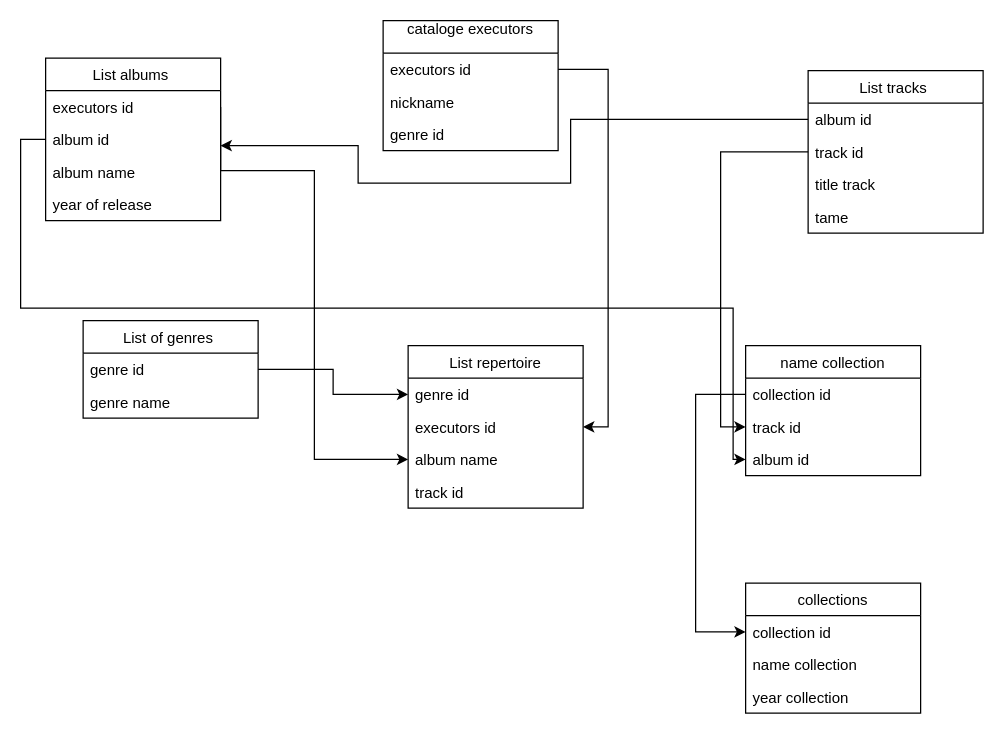
The draw.io diagram схема ДЗ №3.drawio in sav1979/Designing-BD-zvyazi-ZNF, before the edit. Source tidied: cells renumbered, new cells numbered last; positions are measured from the earlier drawing's top-left corner, leaving out a move shared by most shapes. Both pictures are drawn from the tidied source at 125%, with x=0, y=0 at pixel (20, 20).
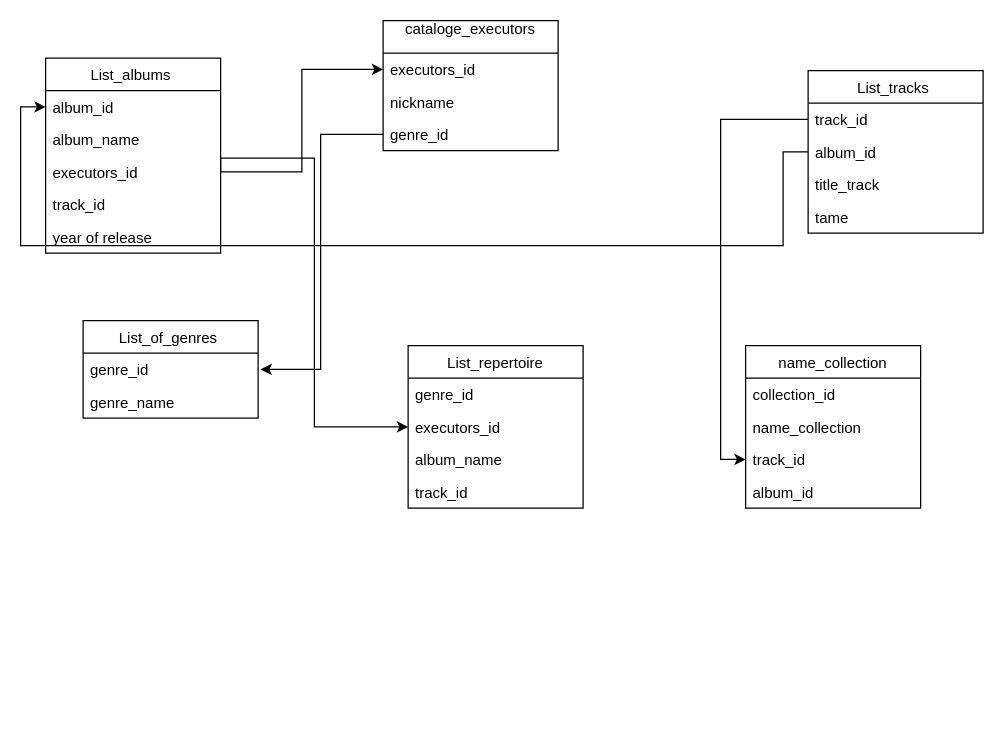
After the change.

Change to the diagram source:
```diff
@@
-    <mxCell id="2" value="cataloge executors&#10; " style="swimlane;fontStyle=0;horizontal=1;startSize=26;fillColor=none;" parent="1" vertex="1">
+    <mxCell id="2" value="cataloge_executors&#10; " style="swimlane;fontStyle=0;horizontal=1;startSize=26;fillColor=none;" parent="1" vertex="1">
       <mxGeometry x="290" width="140" height="104" as="geometry" />
     </mxCell>
-    <mxCell id="3" value="executors id " style="text;strokeColor=none;fillColor=none;align=left;verticalAlign=top;spacingLeft=4;spacingRight=4;overflow=hidden;points=[[0,0.5],[1,0.5]];portConstraint=eastwest;" parent="2" vertex="1">
+    <mxCell id="3" value="executors_id " style="text;strokeColor=none;fillColor=none;align=left;verticalAlign=top;spacingLeft=4;spacingRight=4;overflow=hidden;points=[[0,0.5],[1,0.5]];portConstraint=eastwest;" parent="2" vertex="1">
       <mxGeometry y="26" width="140" height="26" as="geometry" />
     </mxCell>
@@
-    <mxCell id="5" value="genre id " style="text;strokeColor=none;fillColor=none;align=left;verticalAlign=top;spacingLeft=4;spacingRight=4;overflow=hidden;points=[[0,0.5],[1,0.5]];portConstraint=eastwest;" parent="2" vertex="1">
+    <mxCell id="5" value="genre_id " style="text;strokeColor=none;fillColor=none;align=left;verticalAlign=top;spacingLeft=4;spacingRight=4;overflow=hidden;points=[[0,0.5],[1,0.5]];portConstraint=eastwest;" parent="2" vertex="1">
       <mxGeometry y="78" width="140" height="26" as="geometry" />
     </mxCell>
-    <mxCell id="6" value="List albums " style="swimlane;fontStyle=0;horizontal=1;startSize=26;fillColor=none;" parent="1" vertex="1">
-      <mxGeometry x="20" y="30" width="140" height="130" as="geometry" />
+    <mxCell id="6" value="List_albums " style="swimlane;fontStyle=0;horizontal=1;startSize=26;fillColor=none;" parent="1" vertex="1">
+      <mxGeometry x="20" y="30" width="140" height="156" as="geometry" />
     </mxCell>
+    <mxCell id="8" value="album_id " style="text;strokeColor=none;fillColor=none;align=left;verticalAlign=top;spacingLeft=4;spacingRight=4;overflow=hidden;points=[[0,0.5],[1,0.5]];portConstraint=eastwest;" parent="6" vertex="1">
+      <mxGeometry y="26" width="140" height="26" as="geometry" />
+    </mxCell>
+    <mxCell id="39" value="album_name " style="text;strokeColor=none;fillColor=none;align=left;verticalAlign=top;spacingLeft=4;spacingRight=4;overflow=hidden;" parent="6" vertex="1">
+      <mxGeometry y="52" width="140" height="26" as="geometry" />
+    </mxCell>
-    <mxCell id="7" value="executors id " style="text;strokeColor=none;fillColor=none;align=left;verticalAlign=top;spacingLeft=4;spacingRight=4;overflow=hidden;points=[[0,0.5],[1,0.5]];portConstraint=eastwest;" parent="6" vertex="1">
-      <mxGeometry y="26" width="140" height="26" as="geometry" />
+    <mxCell id="7" value="executors_id " style="text;strokeColor=none;fillColor=none;align=left;verticalAlign=top;spacingLeft=4;spacingRight=4;overflow=hidden;points=[[0,0.5],[1,0.5]];portConstraint=eastwest;" parent="6" vertex="1">
+      <mxGeometry y="78" width="140" height="26" as="geometry" />
     </mxCell>
-    <mxCell id="8" value="album id " style="text;strokeColor=none;fillColor=none;align=left;verticalAlign=top;spacingLeft=4;spacingRight=4;overflow=hidden;points=[[0,0.5],[1,0.5]];portConstraint=eastwest;" parent="6" vertex="1">
-      <mxGeometry y="52" width="140" height="26" as="geometry" />
-    </mxCell>
-    <mxCell id="9" value="album name " style="text;strokeColor=none;fillColor=none;align=left;verticalAlign=top;spacingLeft=4;spacingRight=4;overflow=hidden;" parent="6" vertex="1">
-      <mxGeometry y="78" width="140" height="26" as="geometry" />
+    <mxCell id="9" value="track_id " style="text;strokeColor=none;fillColor=none;align=left;verticalAlign=top;spacingLeft=4;spacingRight=4;overflow=hidden;" parent="6" vertex="1">
+      <mxGeometry y="104" width="140" height="26" as="geometry" />
     </mxCell>
     <mxCell id="10" value="year of release " style="text;strokeColor=none;fillColor=none;align=left;verticalAlign=top;spacingLeft=4;spacingRight=4;overflow=hidden;" parent="6" vertex="1">
-      <mxGeometry y="104" width="140" height="26" as="geometry" />
+      <mxGeometry y="130" width="140" height="26" as="geometry" />
     </mxCell>
-    <mxCell id="11" value="List tracks " style="swimlane;fontStyle=0;horizontal=1;startSize=26;fillColor=none;" parent="1" vertex="1">
+    <mxCell id="11" value="List_tracks " style="swimlane;fontStyle=0;horizontal=1;startSize=26;fillColor=none;" parent="1" vertex="1">
       <mxGeometry x="630" y="40" width="140" height="130" as="geometry" />
     </mxCell>
+    <mxCell id="13" value="track_id " style="text;strokeColor=none;fillColor=none;align=left;verticalAlign=top;spacingLeft=4;spacingRight=4;overflow=hidden;points=[[0,0.5],[1,0.5]];portConstraint=eastwest;" parent="11" vertex="1">
+      <mxGeometry y="26" width="140" height="26" as="geometry" />
+    </mxCell>
-    <mxCell id="12" value="album id " style="text;strokeColor=none;fillColor=none;align=left;verticalAlign=top;spacingLeft=4;spacingRight=4;overflow=hidden;points=[[0,0.5],[1,0.5]];portConstraint=eastwest;" parent="11" vertex="1">
-      <mxGeometry y="26" width="140" height="26" as="geometry" />
+    <mxCell id="12" value="album_id " style="text;strokeColor=none;fillColor=none;align=left;verticalAlign=top;spacingLeft=4;spacingRight=4;overflow=hidden;points=[[0,0.5],[1,0.5]];portConstraint=eastwest;" parent="11" vertex="1">
+      <mxGeometry y="52" width="140" height="26" as="geometry" />
     </mxCell>
-    <mxCell id="13" value="track id " style="text;strokeColor=none;fillColor=none;align=left;verticalAlign=top;spacingLeft=4;spacingRight=4;overflow=hidden;points=[[0,0.5],[1,0.5]];portConstraint=eastwest;" parent="11" vertex="1">
-      <mxGeometry y="52" width="140" height="26" as="geometry" />
-    </mxCell>
-    <mxCell id="14" value="title track " style="text;strokeColor=none;fillColor=none;align=left;verticalAlign=top;spacingLeft=4;spacingRight=4;overflow=hidden;" parent="11" vertex="1">
+    <mxCell id="14" value="title_track " style="text;strokeColor=none;fillColor=none;align=left;verticalAlign=top;spacingLeft=4;spacingRight=4;overflow=hidden;" parent="11" vertex="1">
       <mxGeometry y="78" width="140" height="26" as="geometry" />
     </mxCell>
@@
-    <mxCell id="16" value="List of genres " style="swimlane;fontStyle=0;horizontal=1;startSize=26;fillColor=none;" parent="1" vertex="1">
+    <mxCell id="16" value="List_of_genres " style="swimlane;fontStyle=0;horizontal=1;startSize=26;fillColor=none;" parent="1" vertex="1">
       <mxGeometry x="50" y="240" width="140" height="78" as="geometry" />
     </mxCell>
-    <mxCell id="17" value="genre id " style="text;strokeColor=none;fillColor=none;align=left;verticalAlign=top;spacingLeft=4;spacingRight=4;overflow=hidden;points=[[0,0.5],[1,0.5]];portConstraint=eastwest;" parent="16" vertex="1">
+    <mxCell id="17" value="genre_id " style="text;strokeColor=none;fillColor=none;align=left;verticalAlign=top;spacingLeft=4;spacingRight=4;overflow=hidden;points=[[0,0.5],[1,0.5]];portConstraint=eastwest;" parent="16" vertex="1">
       <mxGeometry y="26" width="140" height="26" as="geometry" />
     </mxCell>
-    <mxCell id="18" value="genre name " style="text;strokeColor=none;fillColor=none;align=left;verticalAlign=top;spacingLeft=4;spacingRight=4;overflow=hidden;" parent="16" vertex="1">
+    <mxCell id="18" value="genre_name " style="text;strokeColor=none;fillColor=none;align=left;verticalAlign=top;spacingLeft=4;spacingRight=4;overflow=hidden;" parent="16" vertex="1">
       <mxGeometry y="52" width="140" height="26" as="geometry" />
     </mxCell>
-    <mxCell id="19" style="edgeStyle=orthogonalEdgeStyle;rounded=0;jettySize=auto;html=1;exitX=0;exitY=0.5;exitDx=0;exitDy=0;" parent="1" edge="1" source="12">
-      <mxGeometry relative="1" as="geometry">
-        <mxPoint x="160" y="100" as="targetPoint" />
-        <Array as="points">
-          <mxPoint x="440" y="79" />
-          <mxPoint x="440" y="130" />
-          <mxPoint x="270" y="130" />
-          <mxPoint x="270" y="100" />
-        </Array>
-      </mxGeometry>
-    </mxCell>
-    <mxCell id="20" value="List repertoire" style="swimlane;fontStyle=0;horizontal=1;startSize=26;fillColor=none;" parent="1" vertex="1">
+    <mxCell id="20" value="List_repertoire" style="swimlane;fontStyle=0;horizontal=1;startSize=26;fillColor=none;" parent="1" vertex="1">
       <mxGeometry x="310" y="260" width="140" height="130" as="geometry" />
     </mxCell>
-    <mxCell id="21" value="genre id" style="text;strokeColor=none;fillColor=none;align=left;verticalAlign=top;spacingLeft=4;spacingRight=4;overflow=hidden;points=[[0,0.5],[1,0.5]];portConstraint=eastwest;" parent="20" vertex="1">
+    <mxCell id="21" value="genre_id" style="text;strokeColor=none;fillColor=none;align=left;verticalAlign=top;spacingLeft=4;spacingRight=4;overflow=hidden;points=[[0,0.5],[1,0.5]];portConstraint=eastwest;" parent="20" vertex="1">
       <mxGeometry y="26" width="140" height="26" as="geometry" />
     </mxCell>
-    <mxCell id="22" value="executors id " style="text;strokeColor=none;fillColor=none;align=left;verticalAlign=top;spacingLeft=4;spacingRight=4;overflow=hidden;points=[[0,0.5],[1,0.5]];portConstraint=eastwest;" parent="20" vertex="1">
+    <mxCell id="22" value="executors_id " style="text;strokeColor=none;fillColor=none;align=left;verticalAlign=top;spacingLeft=4;spacingRight=4;overflow=hidden;points=[[0,0.5],[1,0.5]];portConstraint=eastwest;" parent="20" vertex="1">
       <mxGeometry y="52" width="140" height="26" as="geometry" />
     </mxCell>
-    <mxCell id="23" value="album name" style="text;strokeColor=none;fillColor=none;align=left;verticalAlign=top;spacingLeft=4;spacingRight=4;overflow=hidden;points=[[0,0.5],[1,0.5]];portConstraint=eastwest;" parent="20" vertex="1">
+    <mxCell id="23" value="album_name" style="text;strokeColor=none;fillColor=none;align=left;verticalAlign=top;spacingLeft=4;spacingRight=4;overflow=hidden;points=[[0,0.5],[1,0.5]];portConstraint=eastwest;" parent="20" vertex="1">
       <mxGeometry y="78" width="140" height="26" as="geometry" />
     </mxCell>
-    <mxCell id="24" value="track id " style="text;strokeColor=none;fillColor=none;align=left;verticalAlign=top;spacingLeft=4;spacingRight=4;overflow=hidden;" parent="20" vertex="1">
+    <mxCell id="24" value="track_id " style="text;strokeColor=none;fillColor=none;align=left;verticalAlign=top;spacingLeft=4;spacingRight=4;overflow=hidden;" parent="20" vertex="1">
       <mxGeometry y="104" width="140" height="26" as="geometry" />
     </mxCell>
-    <mxCell id="25" style="edgeStyle=orthogonalEdgeStyle;rounded=0;jettySize=auto;html=1;exitX=1;exitY=0.5;exitDx=0;exitDy=0;entryX=0;entryY=0.5;entryDx=0;entryDy=0;" parent="1" edge="1" source="17" target="21">
-      <mxGeometry relative="1" as="geometry" />
-    </mxCell>
-    <mxCell id="26" style="edgeStyle=orthogonalEdgeStyle;rounded=0;jettySize=auto;html=1;exitX=1;exitY=0.5;exitDx=0;exitDy=0;entryX=1;entryY=0.5;entryDx=0;entryDy=0;" parent="1" edge="1" source="3" target="22">
-      <mxGeometry relative="1" as="geometry" />
-    </mxCell>
-    <mxCell id="27" style="edgeStyle=orthogonalEdgeStyle;rounded=0;jettySize=auto;html=1;exitX=1;exitY=0.5;exitDx=0;exitDy=0;entryX=0;entryY=0.5;entryDx=0;entryDy=0;" parent="1" edge="1" source="7" target="23">
+    <mxCell id="27" style="edgeStyle=orthogonalEdgeStyle;rounded=0;jettySize=auto;html=1;exitX=1;exitY=0.5;exitDx=0;exitDy=0;entryX=0;entryY=0.5;entryDx=0;entryDy=0;" parent="1" edge="1" source="7" target="22">
       <mxGeometry relative="1" as="geometry">
         <Array as="points">
-          <mxPoint x="160" y="120" />
-          <mxPoint x="235" y="120" />
-          <mxPoint x="235" y="351" />
+          <mxPoint x="160" y="110" />
+          <mxPoint x="235" y="110" />
+          <mxPoint x="235" y="325" />
         </Array>
       </mxGeometry>
     </mxCell>
-    <mxCell id="28" value="collections" style="swimlane;fontStyle=0;horizontal=1;startSize=26;fillColor=none;" parent="1" vertex="1">
-      <mxGeometry x="580" y="450" width="140" height="104" as="geometry" />
-    </mxCell>
-    <mxCell id="29" value="collection id" style="text;strokeColor=none;fillColor=none;align=left;verticalAlign=top;spacingLeft=4;spacingRight=4;overflow=hidden;points=[[0,0.5],[1,0.5]];portConstraint=eastwest;" parent="28" vertex="1">
-      <mxGeometry y="26" width="140" height="26" as="geometry" />
-    </mxCell>
-    <mxCell id="30" value="name collection" style="text;strokeColor=none;fillColor=none;align=left;verticalAlign=top;spacingLeft=4;spacingRight=4;overflow=hidden;" parent="28" vertex="1">
-      <mxGeometry y="52" width="140" height="26" as="geometry" />
-    </mxCell>
-    <mxCell id="31" value="year collection" style="text;strokeColor=none;fillColor=none;align=left;verticalAlign=top;spacingLeft=4;spacingRight=4;overflow=hidden;" parent="28" vertex="1">
-      <mxGeometry y="78" width="140" height="26" as="geometry" />
-    </mxCell>
-    <mxCell id="32" value="name collection" style="swimlane;fontStyle=0;horizontal=1;startSize=26;fillColor=none;" parent="1" vertex="1">
-      <mxGeometry x="580" y="260" width="140" height="104" as="geometry" />
+    <mxCell id="32" value="name_collection" style="swimlane;fontStyle=0;horizontal=1;startSize=26;fillColor=none;" parent="1" vertex="1">
+      <mxGeometry x="580" y="260" width="140" height="130" as="geometry" />
     </mxCell>
-    <mxCell id="33" value="collection id" style="text;strokeColor=none;fillColor=none;align=left;verticalAlign=top;spacingLeft=4;spacingRight=4;overflow=hidden;points=[[0,0.5],[1,0.5]];portConstraint=eastwest;" parent="32" vertex="1">
+    <mxCell id="33" value="collection_id" style="text;strokeColor=none;fillColor=none;align=left;verticalAlign=top;spacingLeft=4;spacingRight=4;overflow=hidden;points=[[0,0.5],[1,0.5]];portConstraint=eastwest;" parent="32" vertex="1">
       <mxGeometry y="26" width="140" height="26" as="geometry" />
     </mxCell>
+    <mxCell id="40" value="name_collection" style="text;strokeColor=none;fillColor=none;align=left;verticalAlign=top;spacingLeft=4;spacingRight=4;overflow=hidden;" parent="32" vertex="1">
+      <mxGeometry y="52" width="140" height="26" as="geometry" />
+    </mxCell>
-    <mxCell id="34" value="track id " style="text;strokeColor=none;fillColor=none;align=left;verticalAlign=top;spacingLeft=4;spacingRight=4;overflow=hidden;points=[[0,0.5],[1,0.5]];portConstraint=eastwest;" parent="32" vertex="1">
-      <mxGeometry y="52" width="140" height="26" as="geometry" />
+    <mxCell id="34" value="track_id " style="text;strokeColor=none;fillColor=none;align=left;verticalAlign=top;spacingLeft=4;spacingRight=4;overflow=hidden;points=[[0,0.5],[1,0.5]];portConstraint=eastwest;" parent="32" vertex="1">
+      <mxGeometry y="78" width="140" height="26" as="geometry" />
     </mxCell>
-    <mxCell id="35" value="album id " style="text;strokeColor=none;fillColor=none;align=left;verticalAlign=top;spacingLeft=4;spacingRight=4;overflow=hidden;points=[[0,0.5],[1,0.5]];portConstraint=eastwest;" parent="32" vertex="1">
-      <mxGeometry y="78" width="140" height="26" as="geometry" />
+    <mxCell id="35" value="album_id " style="text;strokeColor=none;fillColor=none;align=left;verticalAlign=top;spacingLeft=4;spacingRight=4;overflow=hidden;points=[[0,0.5],[1,0.5]];portConstraint=eastwest;" parent="32" vertex="1">
+      <mxGeometry y="104" width="140" height="26" as="geometry" />
     </mxCell>
-    <mxCell id="36" style="edgeStyle=orthogonalEdgeStyle;rounded=0;jettySize=auto;html=1;exitX=0;exitY=0.5;exitDx=0;exitDy=0;entryX=0;entryY=0.5;entryDx=0;entryDy=0;" parent="1" edge="1" source="8" target="35">
-      <mxGeometry relative="1" as="geometry">
-        <Array as="points">
-          <mxPoint y="95" />
-          <mxPoint y="230" />
-          <mxPoint x="570" y="230" />
-          <mxPoint x="570" y="351" />
-        </Array>
-      </mxGeometry>
-    </mxCell>
@@
-    <mxCell id="38" style="edgeStyle=orthogonalEdgeStyle;rounded=0;jettySize=auto;html=1;exitX=0;exitY=0.5;exitDx=0;exitDy=0;entryX=0;entryY=0.5;entryDx=0;entryDy=0;" parent="1" edge="1" source="33" target="29">
-      <mxGeometry relative="1" as="geometry">
-        <Array as="points">
-          <mxPoint x="540" y="299" />
-          <mxPoint x="540" y="489" />
-        </Array>
-      </mxGeometry>
-    </mxCell>
+    <mxCell id="41" style="edgeStyle=orthogonalEdgeStyle;rounded=0;jettySize=auto;html=1;exitX=0;exitY=0.5;exitDx=0;exitDy=0;" parent="1" edge="1" source="5">
+      <mxGeometry relative="1" as="geometry">
+        <mxPoint x="192" y="279" as="targetPoint" />
+        <Array as="points">
+          <mxPoint x="240" y="91" />
+          <mxPoint x="240" y="279" />
+          <mxPoint x="192" y="279" />
+        </Array>
+      </mxGeometry>
+    </mxCell>
+    <mxCell id="42" style="edgeStyle=orthogonalEdgeStyle;rounded=0;jettySize=auto;html=1;exitX=1;exitY=0.5;exitDx=0;exitDy=0;entryX=0;entryY=0.5;entryDx=0;entryDy=0;" parent="1" edge="1" source="7" target="3">
+      <mxGeometry relative="1" as="geometry" />
+    </mxCell>
+    <mxCell id="43" style="edgeStyle=orthogonalEdgeStyle;rounded=0;jettySize=auto;html=1;exitX=0;exitY=0.5;exitDx=0;exitDy=0;entryX=0;entryY=0.5;entryDx=0;entryDy=0;" parent="1" edge="1" source="12" target="8">
+      <mxGeometry relative="1" as="geometry">
+        <Array as="points">
+          <mxPoint x="610" y="105" />
+          <mxPoint x="610" y="180" />
+          <mxPoint y="180" />
+          <mxPoint y="69" />
+        </Array>
+      </mxGeometry>
+    </mxCell>
```
